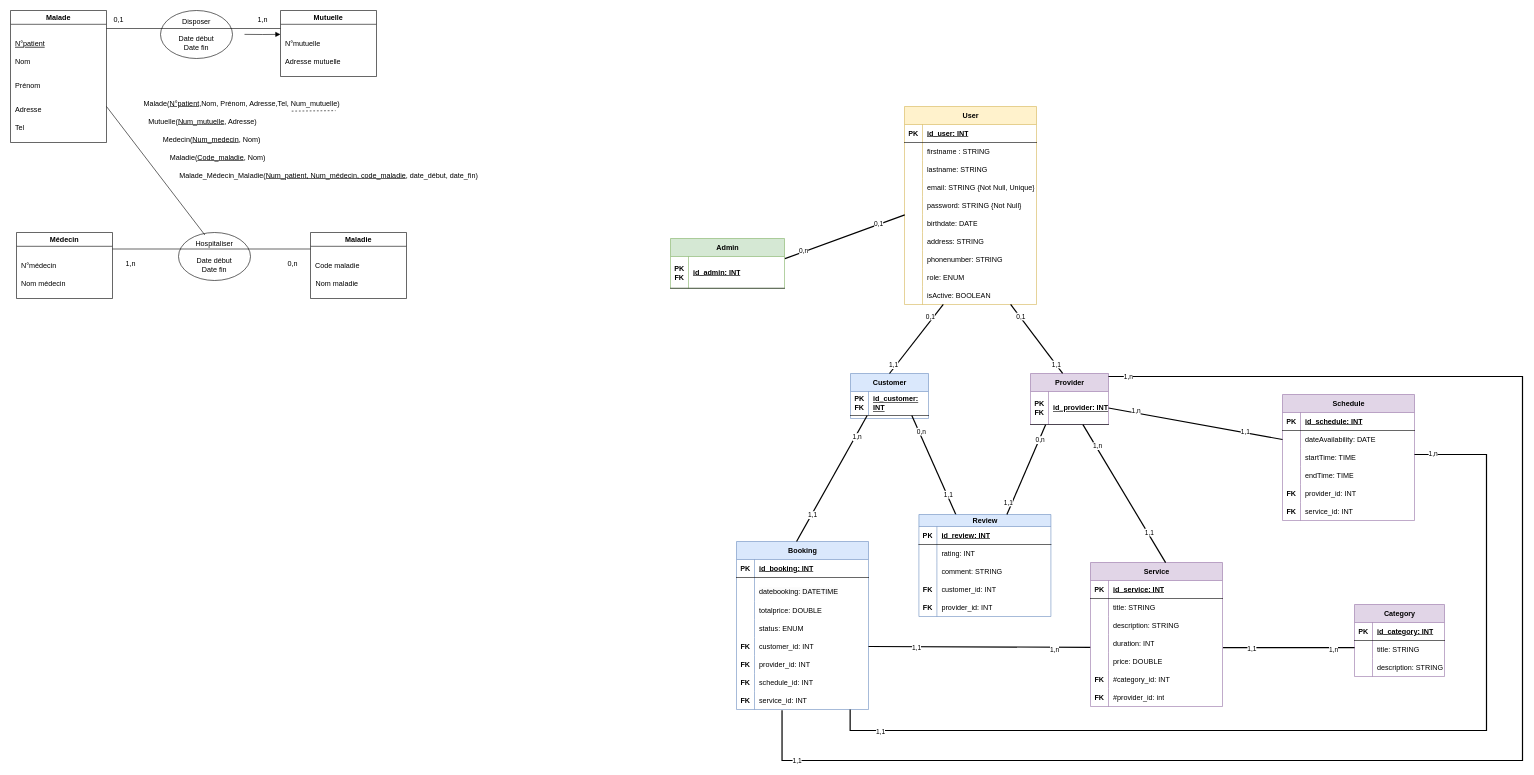
Earlier version of the draw.io diagram MPD.drawio (Steony/BeautyBookerApp). Source tidied: cells renumbered, new cells numbered last; positions are measured from the earlier drawing's top-left corner, leaving out a move shared by most shapes. Both pictures are drawn from the tidied source at 60%, with x=0, y=0 at pixel (10, 10).
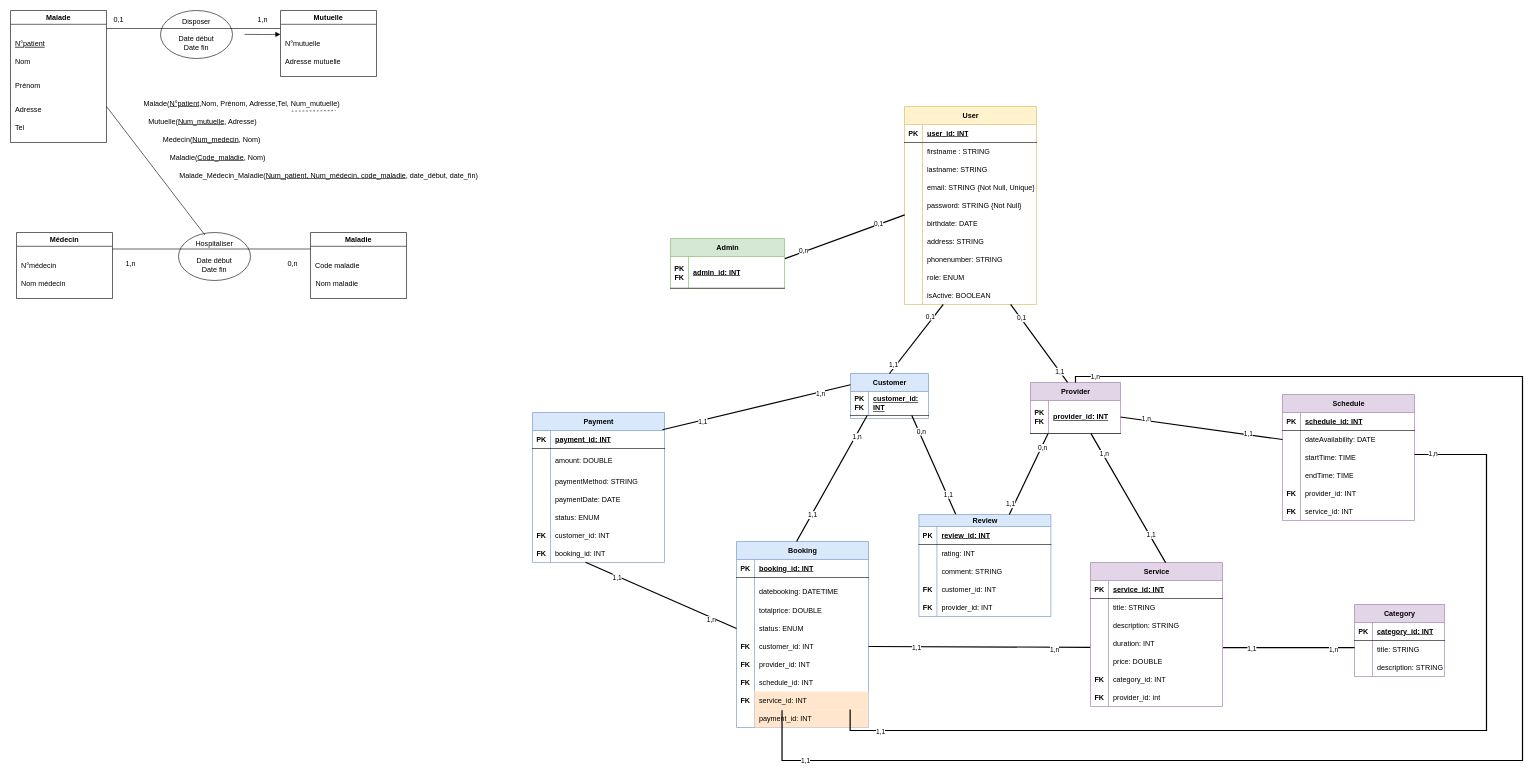
The same diagram, later.

Commit message:
Mettre à jour MPD.drawio

Unchanged cells that the change refers to:
```xml
<mxCell id="34" style="shape=tableRow;horizontal=0;startSize=0;swimlaneHead=0;swimlaneBody=0;fillColor=none;top=0;left=0;right=0;bottom=1;" parent="33" vertex="1">
  <mxGeometry y="30" width="220" height="30" as="geometry" />
</mxCell>
<mxCell id="64" value="Customer" style="shape=table;startSize=30;childLayout=tableLayout;rowLines=0;fontStyle=1;align=center;html=1;fillColor=#dae8fc;strokeColor=#6c8ebf;" parent="1" vertex="1">
  <mxGeometry x="1400" y="605" width="130" height="75" as="geometry" />
</mxCell>
<mxCell id="65" style="shape=tableRow;horizontal=0;startSize=0;swimlaneHead=0;swimlaneBody=0;fillColor=none;points=[[0,0.5],[1,0.5]];portConstraint=eastwest;top=0;left=0;right=0;bottom=1;" parent="64" vertex="1">
  <mxGeometry y="30" width="130" height="40" as="geometry" />
</mxCell>
<mxCell id="73" style="shape=tableRow;horizontal=0;startSize=0;swimlaneHead=0;swimlaneBody=0;fillColor=none;points=[[0,0.5],[1,0.5]];portConstraint=eastwest;top=0;left=0;right=0;bottom=1;" parent="72" vertex="1">
  <mxGeometry y="30" width="190" height="53" as="geometry" />
</mxCell>
<mxCell id="77" style="shape=tableRow;horizontal=0;startSize=0;swimlaneHead=0;swimlaneBody=0;fillColor=none;top=0;left=0;right=0;bottom=1;" parent="76" vertex="1">
  <mxGeometry y="30" width="150" height="30" as="geometry" />
</mxCell>
<mxCell id="86" style="group;" parent="1" vertex="1">
  <mxGeometry x="1210" y="885" width="220" height="280" as="geometry" />
</mxCell>
<mxCell id="88" style="shape=tableRow;horizontal=0;startSize=0;swimlaneHead=0;swimlaneBody=0;fillColor=none;top=0;left=0;right=0;bottom=1;" parent="87" vertex="1">
  <mxGeometry y="30" width="220" height="30" as="geometry" />
</mxCell>
<mxCell id="97" style="shape=tableRow;horizontal=0;startSize=0;swimlaneHead=0;swimlaneBody=0;fillColor=none;points=[[0,0.5],[1,0.5]];portConstraint=eastwest;top=0;left=0;right=0;bottom=0;" parent="87" vertex="1">
  <mxGeometry y="130" width="220" height="30" as="geometry" />
</mxCell>
<mxCell id="109" style="shape=tableRow;horizontal=0;startSize=0;swimlaneHead=0;swimlaneBody=0;fillColor=none;points=[[0,0.5],[1,0.5]];portConstraint=eastwest;top=0;left=0;right=0;bottom=0;" parent="87" vertex="1">
  <mxGeometry y="250" width="220" height="30" as="geometry" />
</mxCell>
<mxCell id="118" style="shape=tableRow;horizontal=0;startSize=0;swimlaneHead=0;swimlaneBody=0;fillColor=none;top=0;left=0;right=0;bottom=1;" parent="117" vertex="1">
  <mxGeometry y="30" width="220" height="30" as="geometry" />
</mxCell>
<mxCell id="133" style="shape=tableRow;horizontal=0;startSize=0;swimlaneHead=0;swimlaneBody=0;fillColor=none;top=0;left=0;right=0;bottom=0;" parent="117" vertex="1">
  <mxGeometry y="180" width="220" height="30" as="geometry" />
</mxCell>
<mxCell id="136" style="shape=tableRow;horizontal=0;startSize=0;swimlaneHead=0;swimlaneBody=0;fillColor=none;top=0;left=0;right=0;bottom=0;" parent="117" vertex="1">
  <mxGeometry y="210" width="220" height="30" as="geometry" />
</mxCell>
<mxCell id="161" style="shape=tableRow;horizontal=0;startSize=0;swimlaneHead=0;swimlaneBody=0;fillColor=none;top=0;left=0;right=0;bottom=1;" parent="160" vertex="1">
  <mxGeometry y="20" width="220" height="30" as="geometry" />
</mxCell>
<mxCell id="181" style="shape=tableRow;horizontal=0;startSize=0;swimlaneHead=0;swimlaneBody=0;fillColor=none;top=0;left=0;right=0;bottom=1;" parent="180" vertex="1">
  <mxGeometry y="30" width="220" height="30" as="geometry" />
</mxCell>
```

Diff of the diagram source:
```diff
@@
-    <mxCell id="36" value="id_user: INT" style="shape=partialRectangle;fillColor=none;top=0;left=0;bottom=0;right=0;align=left;spacingLeft=6;fontStyle=5;overflow=hidden;whiteSpace=wrap;html=1;" parent="34" vertex="1">
+    <mxCell id="36" value="user_id: INT" style="shape=partialRectangle;fillColor=none;top=0;left=0;bottom=0;right=0;align=left;spacingLeft=6;fontStyle=5;overflow=hidden;whiteSpace=wrap;html=1;" parent="34" vertex="1">
       <mxGeometry x="30" width="190" height="30" as="geometry" />
     </mxCell>
@@
-    <mxCell id="67" value="id_customer: INT" style="shape=partialRectangle;fillColor=none;top=0;left=0;bottom=0;right=0;align=left;spacingLeft=6;fontStyle=5;overflow=hidden;whiteSpace=wrap;html=1;" parent="65" vertex="1">
+    <mxCell id="67" value="customer_id: INT" style="shape=partialRectangle;fillColor=none;top=0;left=0;bottom=0;right=0;align=left;spacingLeft=6;fontStyle=5;overflow=hidden;whiteSpace=wrap;html=1;" parent="65" vertex="1">
       <mxGeometry x="30" width="100" height="40" as="geometry" />
     </mxCell>
     <mxCell id="68" value="Provider" style="shape=table;startSize=30;childLayout=tableLayout;rowLines=0;fontStyle=1;align=center;html=1;fillColor=#e1d5e7;strokeColor=#9673a6;" parent="1" vertex="1">
-      <mxGeometry x="1700" y="605" width="130" height="85" as="geometry" />
+      <mxGeometry x="1700" y="620" width="150" height="85" as="geometry" />
     </mxCell>
     <mxCell id="69" style="shape=tableRow;horizontal=0;startSize=0;swimlaneHead=0;swimlaneBody=0;fillColor=none;points=[[0,0.5],[1,0.5]];portConstraint=eastwest;top=0;left=0;right=0;bottom=1;" parent="68" vertex="1">
-      <mxGeometry y="30" width="130" height="55" as="geometry" />
+      <mxGeometry y="30" width="150" height="55" as="geometry" />
     </mxCell>
@@
-    <mxCell id="71" value="id_provider: INT" style="shape=partialRectangle;fillColor=none;top=0;left=0;bottom=0;right=0;align=left;spacingLeft=6;fontStyle=5;overflow=hidden;whiteSpace=wrap;html=1;" parent="69" vertex="1">
-      <mxGeometry x="30" width="100" height="55" as="geometry" />
+    <mxCell id="71" value="provider_id: INT" style="shape=partialRectangle;fillColor=none;top=0;left=0;bottom=0;right=0;align=left;spacingLeft=6;fontStyle=5;overflow=hidden;whiteSpace=wrap;html=1;" parent="69" vertex="1">
+      <mxGeometry x="30" width="120" height="55" as="geometry" />
     </mxCell>
@@
-    <mxCell id="75" value="id_admin: INT" style="shape=partialRectangle;fillColor=none;top=0;left=0;bottom=0;right=0;align=left;spacingLeft=6;fontStyle=5;overflow=hidden;whiteSpace=wrap;html=1;" parent="73" vertex="1">
+    <mxCell id="75" value="admin_id: INT" style="shape=partialRectangle;fillColor=none;top=0;left=0;bottom=0;right=0;align=left;spacingLeft=6;fontStyle=5;overflow=hidden;whiteSpace=wrap;html=1;" parent="73" vertex="1">
       <mxGeometry x="30" width="160" height="53" as="geometry" />
     </mxCell>
@@
-    <mxCell id="79" value="id_category: INT" style="shape=partialRectangle;fillColor=none;top=0;left=0;bottom=0;right=0;align=left;spacingLeft=6;fontStyle=5;overflow=hidden;whiteSpace=wrap;html=1;" parent="77" vertex="1">
+    <mxCell id="79" value="category_id: INT" style="shape=partialRectangle;fillColor=none;top=0;left=0;bottom=0;right=0;align=left;spacingLeft=6;fontStyle=5;overflow=hidden;whiteSpace=wrap;html=1;" parent="77" vertex="1">
       <mxGeometry x="30" width="120" height="30" as="geometry" />
     </mxCell>
@@
     <mxCell id="87" value="Booking" style="shape=table;startSize=30;childLayout=tableLayout;rowLines=0;fontStyle=1;align=center;html=1;fillColor=#dae8fc;strokeColor=#6c8ebf;" parent="86" vertex="1">
-      <mxGeometry width="220" height="280" as="geometry" />
+      <mxGeometry width="220" height="310" as="geometry" />
     </mxCell>
@@
-    <mxCell id="90" value="id_booking: INT" style="shape=partialRectangle;fillColor=none;top=0;left=0;bottom=0;right=0;align=left;spacingLeft=6;fontStyle=5;overflow=hidden;whiteSpace=wrap;html=1;" parent="88" vertex="1">
+    <mxCell id="90" value="booking_id: INT" style="shape=partialRectangle;fillColor=none;top=0;left=0;bottom=0;right=0;align=left;spacingLeft=6;fontStyle=5;overflow=hidden;whiteSpace=wrap;html=1;" parent="88" vertex="1">
       <mxGeometry x="30" width="190" height="30" as="geometry" />
     </mxCell>
@@
-    <mxCell id="111" value="service_id: INT" style="shape=partialRectangle;fillColor=none;top=0;left=0;bottom=0;right=0;align=left;spacingLeft=6;overflow=hidden;whiteSpace=wrap;html=1;" parent="109" vertex="1">
+    <mxCell id="111" value="service_id: INT" style="shape=partialRectangle;fillColor=#ffe6cc;top=0;left=0;bottom=0;right=0;align=left;spacingLeft=6;overflow=hidden;whiteSpace=wrap;html=1;strokeColor=#d79b00;" parent="109" vertex="1">
       <mxGeometry x="30" width="190" height="30" as="geometry" />
     </mxCell>
+    <mxCell id="220" style="shape=tableRow;horizontal=0;startSize=0;swimlaneHead=0;swimlaneBody=0;fillColor=none;top=0;left=0;right=0;bottom=0;" parent="87" vertex="1">
+      <mxGeometry y="280" width="220" height="30" as="geometry" />
+    </mxCell>
+    <mxCell id="221" style="shape=partialRectangle;fillColor=none;top=0;left=0;bottom=0;right=0;overflow=hidden;whiteSpace=wrap;html=1;" parent="220" vertex="1">
+      <mxGeometry width="30" height="30" as="geometry" />
+    </mxCell>
+    <mxCell id="222" value="payment_id: INT" style="shape=partialRectangle;fillColor=#ffe6cc;top=0;left=0;bottom=0;right=0;align=left;spacingLeft=6;overflow=hidden;whiteSpace=wrap;html=1;strokeColor=#d79b00;" parent="220" vertex="1">
+      <mxGeometry x="30" width="190" height="30" as="geometry" />
+    </mxCell>
@@
-    <mxCell id="120" value="id_service: INT" style="shape=partialRectangle;fillColor=none;top=0;left=0;bottom=0;right=0;align=left;spacingLeft=6;fontStyle=5;overflow=hidden;whiteSpace=wrap;html=1;" parent="118" vertex="1">
+    <mxCell id="120" value="service_id: INT" style="shape=partialRectangle;fillColor=none;top=0;left=0;bottom=0;right=0;align=left;spacingLeft=6;fontStyle=5;overflow=hidden;whiteSpace=wrap;html=1;" parent="118" vertex="1">
       <mxGeometry x="30" width="190" height="30" as="geometry" />
     </mxCell>
@@
-    <mxCell id="135" value="&lt;span style=&quot;text-wrap-mode: nowrap;&quot;&gt;#category_id: INT&lt;/span&gt;" style="shape=partialRectangle;fillColor=none;top=0;left=0;bottom=0;right=0;align=left;spacingLeft=6;overflow=hidden;whiteSpace=wrap;html=1;" parent="133" vertex="1">
+    <mxCell id="135" value="&lt;span style=&quot;text-wrap-mode: nowrap;&quot;&gt;category_id: INT&lt;/span&gt;" style="shape=partialRectangle;fillColor=none;top=0;left=0;bottom=0;right=0;align=left;spacingLeft=6;overflow=hidden;whiteSpace=wrap;html=1;" parent="133" vertex="1">
       <mxGeometry x="30" width="190" height="30" as="geometry" />
     </mxCell>
@@
-    <mxCell id="138" value="&lt;span style=&quot;text-wrap-mode: nowrap;&quot;&gt;#provider_id: int&lt;/span&gt;" style="shape=partialRectangle;fillColor=none;top=0;left=0;bottom=0;right=0;align=left;spacingLeft=6;overflow=hidden;whiteSpace=wrap;html=1;" parent="136" vertex="1">
+    <mxCell id="138" value="&lt;span style=&quot;text-wrap-mode: nowrap;&quot;&gt;provider_id: int&lt;/span&gt;" style="shape=partialRectangle;fillColor=none;top=0;left=0;bottom=0;right=0;align=left;spacingLeft=6;overflow=hidden;whiteSpace=wrap;html=1;" parent="136" vertex="1">
       <mxGeometry x="30" width="190" height="30" as="geometry" />
     </mxCell>
@@
-    <mxCell id="163" value="id_review: INT" style="shape=partialRectangle;fillColor=none;top=0;left=0;bottom=0;right=0;align=left;spacingLeft=6;fontStyle=5;overflow=hidden;whiteSpace=wrap;html=1;" parent="161" vertex="1">
+    <mxCell id="163" value="review_id: INT" style="shape=partialRectangle;fillColor=none;top=0;left=0;bottom=0;right=0;align=left;spacingLeft=6;fontStyle=5;overflow=hidden;whiteSpace=wrap;html=1;" parent="161" vertex="1">
       <mxGeometry x="30" width="190" height="30" as="geometry" />
     </mxCell>
@@
-    <mxCell id="183" value="id_schedule: INT" style="shape=partialRectangle;fillColor=none;top=0;left=0;bottom=0;right=0;align=left;spacingLeft=6;fontStyle=5;overflow=hidden;whiteSpace=wrap;html=1;" parent="181" vertex="1">
+    <mxCell id="183" value="schedule_id: INT" style="shape=partialRectangle;fillColor=none;top=0;left=0;bottom=0;right=0;align=left;spacingLeft=6;fontStyle=5;overflow=hidden;whiteSpace=wrap;html=1;" parent="181" vertex="1">
       <mxGeometry x="30" width="190" height="30" as="geometry" />
     </mxCell>
@@
+    <mxCell id="223" value="Payment" style="shape=table;startSize=30;childLayout=tableLayout;rowLines=0;fontStyle=1;align=center;html=1;fillColor=#dae8fc;strokeColor=#6c8ebf;" parent="1" vertex="1">
+      <mxGeometry x="870" y="670" width="220" height="250" as="geometry" />
+    </mxCell>
+    <mxCell id="224" style="shape=tableRow;horizontal=0;startSize=0;swimlaneHead=0;swimlaneBody=0;fillColor=none;points=[[0,0.5],[1,0.5]];portConstraint=eastwest;top=0;left=0;right=0;bottom=1;" parent="223" vertex="1">
+      <mxGeometry y="30" width="220" height="30" as="geometry" />
+    </mxCell>
+    <mxCell id="225" value="PK" style="shape=partialRectangle;fillColor=none;top=0;left=0;bottom=0;right=0;fontStyle=1;overflow=hidden;whiteSpace=wrap;html=1;" parent="224" vertex="1">
+      <mxGeometry width="30" height="30" as="geometry" />
+    </mxCell>
+    <mxCell id="226" value="payment_id: INT" style="shape=partialRectangle;fillColor=none;top=0;left=0;bottom=0;right=0;align=left;spacingLeft=6;fontStyle=5;overflow=hidden;whiteSpace=wrap;html=1;" parent="224" vertex="1">
+      <mxGeometry x="30" width="190" height="30" as="geometry" />
+    </mxCell>
+    <mxCell id="227" style="shape=tableRow;horizontal=0;startSize=0;swimlaneHead=0;swimlaneBody=0;fillColor=none;top=0;left=0;right=0;bottom=0;" parent="223" vertex="1">
+      <mxGeometry y="60" width="220" height="40" as="geometry" />
+    </mxCell>
+    <mxCell id="228" style="shape=partialRectangle;fillColor=none;top=0;left=0;bottom=0;right=0;overflow=hidden;whiteSpace=wrap;html=1;" parent="227" vertex="1">
+      <mxGeometry width="30" height="40" as="geometry" />
+    </mxCell>
+    <mxCell id="229" value="amount: DOUBLE" style="shape=partialRectangle;fillColor=none;top=0;left=0;bottom=0;right=0;align=left;spacingLeft=6;overflow=hidden;whiteSpace=wrap;html=1;" parent="227" vertex="1">
+      <mxGeometry x="30" width="190" height="40" as="geometry" />
+    </mxCell>
+    <mxCell id="230" style="shape=tableRow;horizontal=0;startSize=0;swimlaneHead=0;swimlaneBody=0;fillColor=none;top=0;left=0;right=0;bottom=0;" parent="223" vertex="1">
+      <mxGeometry y="100" width="220" height="30" as="geometry" />
+    </mxCell>
+    <mxCell id="231" style="shape=partialRectangle;fillColor=none;top=0;left=0;bottom=0;right=0;overflow=hidden;whiteSpace=wrap;html=1;" parent="230" vertex="1">
+      <mxGeometry width="30" height="30" as="geometry" />
+    </mxCell>
+    <mxCell id="232" value="paymentMethod: STRING" style="shape=partialRectangle;fillColor=none;top=0;left=0;bottom=0;right=0;align=left;spacingLeft=6;overflow=hidden;whiteSpace=wrap;html=1;" parent="230" vertex="1">
+      <mxGeometry x="30" width="190" height="30" as="geometry" />
+    </mxCell>
+    <mxCell id="233" style="shape=tableRow;horizontal=0;startSize=0;swimlaneHead=0;swimlaneBody=0;fillColor=none;top=0;left=0;right=0;bottom=0;" parent="223" vertex="1">
+      <mxGeometry y="130" width="220" height="30" as="geometry" />
+    </mxCell>
+    <mxCell id="234" style="shape=partialRectangle;fillColor=none;top=0;left=0;bottom=0;right=0;overflow=hidden;whiteSpace=wrap;html=1;" parent="233" vertex="1">
+      <mxGeometry width="30" height="30" as="geometry" />
+    </mxCell>
+    <mxCell id="235" value="paymentDate: DATE" style="shape=partialRectangle;fillColor=none;top=0;left=0;bottom=0;right=0;align=left;spacingLeft=6;overflow=hidden;whiteSpace=wrap;html=1;" parent="233" vertex="1">
+      <mxGeometry x="30" width="190" height="30" as="geometry" />
+    </mxCell>
+    <mxCell id="236" style="shape=tableRow;horizontal=0;startSize=0;swimlaneHead=0;swimlaneBody=0;fillColor=none;top=0;left=0;right=0;bottom=0;" parent="223" vertex="1">
+      <mxGeometry y="160" width="220" height="30" as="geometry" />
+    </mxCell>
+    <mxCell id="237" style="shape=partialRectangle;fillColor=none;top=0;left=0;bottom=0;right=0;overflow=hidden;whiteSpace=wrap;html=1;" parent="236" vertex="1">
+      <mxGeometry width="30" height="30" as="geometry" />
+    </mxCell>
+    <mxCell id="238" value="status: ENUM" style="shape=partialRectangle;fillColor=none;top=0;left=0;bottom=0;right=0;align=left;spacingLeft=6;overflow=hidden;whiteSpace=wrap;html=1;" parent="236" vertex="1">
+      <mxGeometry x="30" width="190" height="30" as="geometry" />
+    </mxCell>
+    <mxCell id="239" style="shape=tableRow;horizontal=0;startSize=0;swimlaneHead=0;swimlaneBody=0;fillColor=none;top=0;left=0;right=0;bottom=0;" parent="223" vertex="1">
+      <mxGeometry y="190" width="220" height="30" as="geometry" />
+    </mxCell>
+    <mxCell id="240" style="shape=partialRectangle;fillColor=none;top=0;left=0;bottom=0;right=0;overflow=hidden;whiteSpace=wrap;html=1;" parent="239" vertex="1">
+      <mxGeometry width="30" height="30" as="geometry" />
+    </mxCell>
+    <mxCell id="241" value="customer_id: INT" style="shape=partialRectangle;fillColor=none;top=0;left=0;bottom=0;right=0;align=left;spacingLeft=6;overflow=hidden;whiteSpace=wrap;html=1;" parent="239" vertex="1">
+      <mxGeometry x="30" width="190" height="30" as="geometry" />
+    </mxCell>
+    <mxCell id="242" style="shape=tableRow;horizontal=0;startSize=0;swimlaneHead=0;swimlaneBody=0;fillColor=none;points=[[0,0.5],[1,0.5]];portConstraint=eastwest;top=0;left=0;right=0;bottom=0;" parent="223" vertex="1">
+      <mxGeometry y="220" width="220" height="30" as="geometry" />
+    </mxCell>
+    <mxCell id="243" style="shape=partialRectangle;fillColor=none;top=0;left=0;bottom=0;right=0;overflow=hidden;whiteSpace=wrap;html=1;" parent="242" vertex="1">
+      <mxGeometry width="30" height="30" as="geometry" />
+    </mxCell>
+    <mxCell id="244" value="booking_id: INT" style="shape=partialRectangle;fillColor=none;top=0;left=0;bottom=0;right=0;align=left;spacingLeft=6;overflow=hidden;whiteSpace=wrap;html=1;" parent="242" vertex="1">
+      <mxGeometry x="30" width="190" height="30" as="geometry" />
+    </mxCell>
+    <mxCell id="245" style="endArrow=none;html=1;rounded=0;strokeWidth=2;entryX=0.984;entryY=-0.04;entryDx=0;entryDy=0;entryPerimeter=0;exitX=0;exitY=0.25;exitDx=0;exitDy=0;" parent="1" edge="1" source="64" target="224">
+      <mxGeometry relative="1" as="geometry" />
+    </mxCell>
+    <mxCell id="246" value="1,n" style="edgeLabel;html=1;align=center;verticalAlign=middle;" parent="245" vertex="1">
+      <mxGeometry x="-0.68" y="3" relative="1" as="geometry">
+        <mxPoint x="-1" as="offset" />
+      </mxGeometry>
+    </mxCell>
+    <mxCell id="247" value="1,1" style="edgeLabel;html=1;align=center;verticalAlign=middle;" parent="245" vertex="1">
+      <mxGeometry x="0.57" y="2" relative="1" as="geometry">
+        <mxPoint x="-1" as="offset" />
+      </mxGeometry>
+    </mxCell>
+    <mxCell id="248" style="endArrow=none;html=1;rounded=0;strokeWidth=2;entryX=0.401;entryY=0.985;entryDx=0;entryDy=0;entryPerimeter=0;exitX=0;exitY=0.5;exitDx=0;exitDy=0;" parent="1" edge="1" source="97" target="242">
+      <mxGeometry relative="1" as="geometry" />
+    </mxCell>
+    <mxCell id="249" value="1,n" style="edgeLabel;html=1;align=center;verticalAlign=middle;" parent="248" vertex="1">
+      <mxGeometry x="-0.68" y="3" relative="1" as="geometry">
+        <mxPoint x="-1" as="offset" />
+      </mxGeometry>
+    </mxCell>
+    <mxCell id="250" value="1,1" style="edgeLabel;html=1;align=center;verticalAlign=middle;" parent="248" vertex="1">
+      <mxGeometry x="0.57" y="2" relative="1" as="geometry">
+        <mxPoint x="-1" as="offset" />
+      </mxGeometry>
+    </mxCell>
+    <mxCell id="251" value="FK" style="shape=partialRectangle;fillColor=none;top=0;left=0;bottom=0;right=0;fontStyle=1;overflow=hidden;whiteSpace=wrap;html=1;" parent="1" vertex="1">
+      <mxGeometry x="870" y="890" width="30" height="30" as="geometry" />
+    </mxCell>
+    <mxCell id="252" value="FK" style="shape=partialRectangle;fillColor=none;top=0;left=0;bottom=0;right=0;fontStyle=1;overflow=hidden;whiteSpace=wrap;html=1;" parent="1" vertex="1">
+      <mxGeometry x="870" y="860" width="30" height="30" as="geometry" />
+    </mxCell>
```
